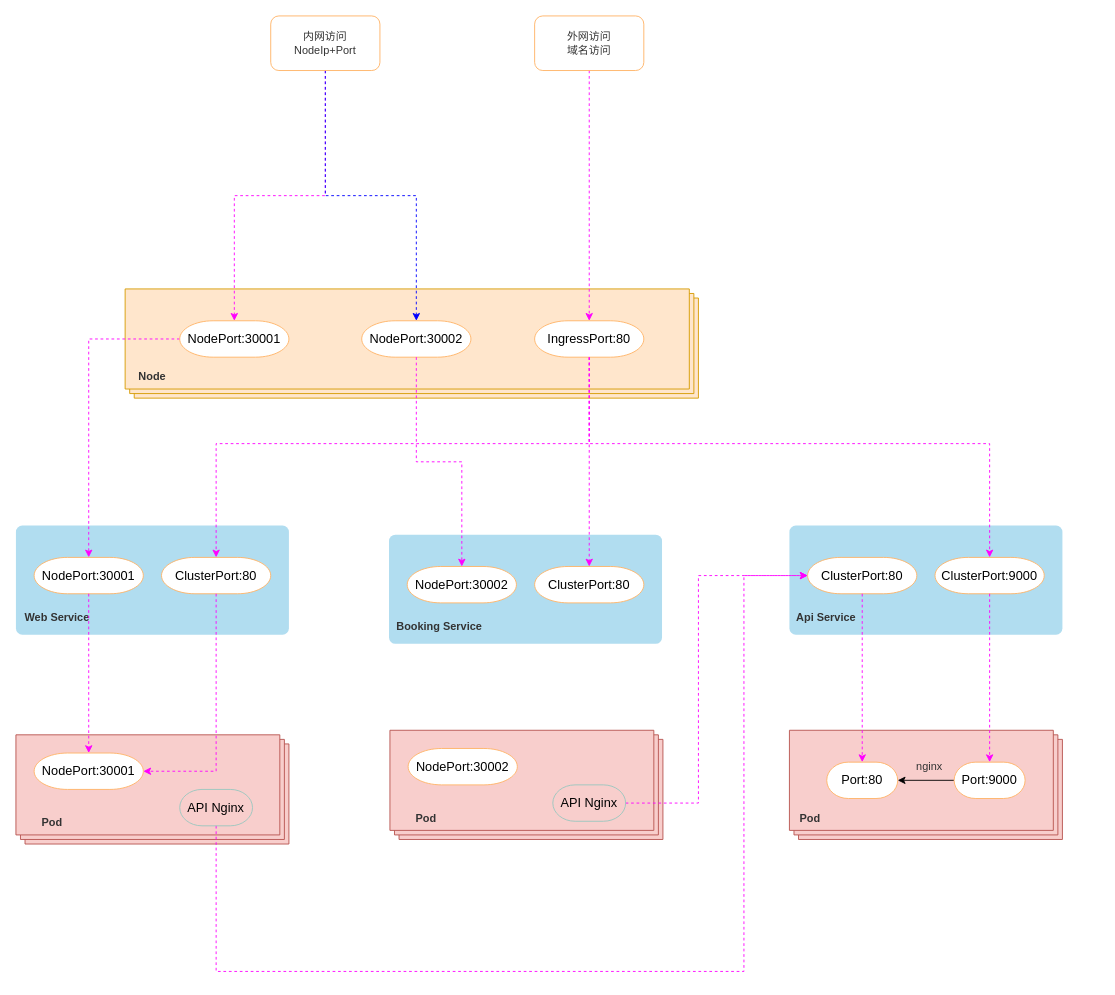
Before: local-screening.drawio in 1226151667/draw, a draw.io diagram. Source tidied: cells renumbered, new cells numbered last; positions are measured from the earlier drawing's top-left corner, leaving out a move shared by most shapes. Both pictures are drawn from the tidied source at 91%, with x=0, y=0 at pixel (15, 15).
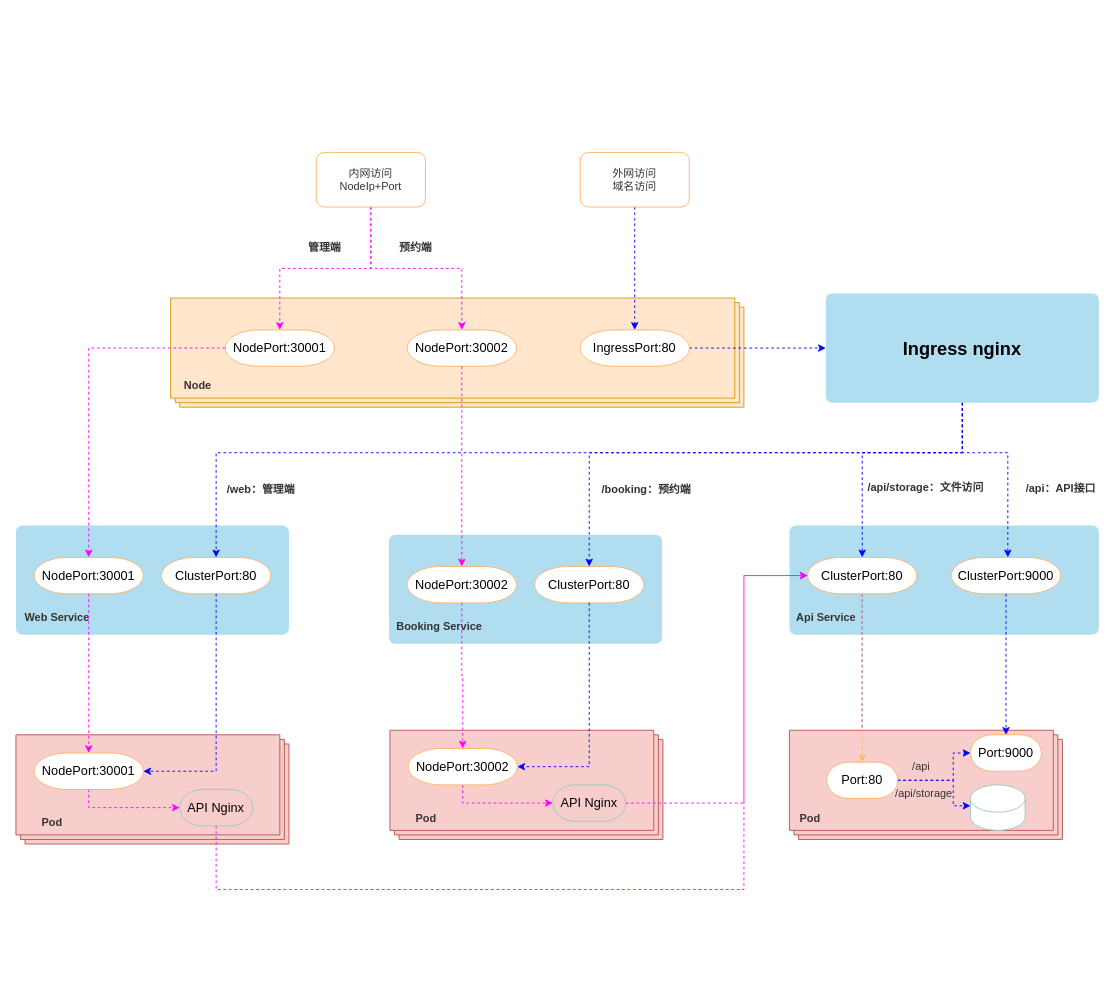
After the change.

Unchanged cells that the change refers to:
```xml
<mxCell id="12" value="ClusterPort:80" style="strokeWidth=1;html=1;shape=mxgraph.flowchart.terminator;whiteSpace=wrap;fontSize=14;strokeColor=#FFB366;" parent="1" vertex="1">
  <mxGeometry x="160" y="595" width="120" height="40" as="geometry" />
</mxCell>
<mxCell id="15" value="NodePort:30002" style="strokeWidth=1;html=1;shape=mxgraph.flowchart.terminator;whiteSpace=wrap;fontSize=14;strokeColor=#FFB366;" parent="1" vertex="1">
  <mxGeometry x="430" y="605" width="120" height="40" as="geometry" />
</mxCell>
<mxCell id="16" value="ClusterPort:80" style="strokeWidth=1;html=1;shape=mxgraph.flowchart.terminator;whiteSpace=wrap;fontSize=14;strokeColor=#FFB366;" parent="1" vertex="1">
  <mxGeometry x="570" y="605" width="120" height="40" as="geometry" />
</mxCell>
<mxCell id="19" value="ClusterPort:80" style="strokeWidth=1;html=1;shape=mxgraph.flowchart.terminator;whiteSpace=wrap;fontSize=14;strokeColor=#FFB366;" parent="1" vertex="1">
  <mxGeometry x="870" y="595" width="120" height="40" as="geometry" />
</mxCell>
<mxCell id="23" value="NodePort:30001" style="strokeWidth=1;html=1;shape=mxgraph.flowchart.terminator;whiteSpace=wrap;fontSize=14;strokeColor=#FFB366;" parent="1" vertex="1">
  <mxGeometry x="20" y="810" width="120" height="40" as="geometry" />
</mxCell>
<mxCell id="26" value="Port:80" style="strokeWidth=1;html=1;shape=mxgraph.flowchart.terminator;whiteSpace=wrap;fontSize=14;strokeColor=#FFB366;" parent="1" vertex="1">
  <mxGeometry x="891" y="820" width="78" height="40" as="geometry" />
</mxCell>
<mxCell id="41" value="API Nginx" style="strokeWidth=1;html=1;shape=mxgraph.flowchart.terminator;whiteSpace=wrap;fontSize=14;fillColor=none;strokeColor=#9AC7BF;" parent="1" vertex="1">
  <mxGeometry x="180" y="850" width="80" height="40" as="geometry" />
</mxCell>
<mxCell id="46" value="NodePort:30002" style="strokeWidth=1;html=1;shape=mxgraph.flowchart.terminator;whiteSpace=wrap;fontSize=14;strokeColor=#FFB366;" parent="1" vertex="1">
  <mxGeometry x="431" y="805" width="120" height="40" as="geometry" />
</mxCell>
<mxCell id="48" value="API Nginx" style="strokeWidth=1;html=1;shape=mxgraph.flowchart.terminator;whiteSpace=wrap;fontSize=14;fillColor=none;strokeColor=#9AC7BF;" parent="1" vertex="1">
  <mxGeometry x="590" y="845" width="80" height="40" as="geometry" />
</mxCell>
```

Change to the diagram source:
```diff
@@
     <mxCell id="3" style="verticalLabelPosition=bottom;verticalAlign=top;html=1;shape=mxgraph.basic.layered_rect;dx=10;fontSize=14;strokeColor=#d79b00;strokeWidth=1;fillColor=#ffe6cc;" parent="1" vertex="1">
-      <mxGeometry x="120" y="300" width="630" height="120" as="geometry" />
+      <mxGeometry x="170" y="310" width="630" height="120" as="geometry" />
     </mxCell>
-    <mxCell id="4" style="edgeStyle=orthogonalEdgeStyle;rounded=0;jettySize=auto;html=1;dashed=1;fontSize=12;fontColor=#333333;strokeColor=#FF00FF;" parent="1" edge="1" source="5" target="12">
-      <mxGeometry relative="1" as="geometry">
-        <Array as="points">
-          <mxPoint x="630" y="470" />
-          <mxPoint x="220" y="470" />
-        </Array>
-      </mxGeometry>
-    </mxCell>
+    <mxCell id="49" style="edgeStyle=orthogonalEdgeStyle;rounded=0;jettySize=auto;html=1;dashed=1;fontSize=20;fontColor=#333333;strokeColor=#0000FF;" parent="1" edge="1" source="5" target="61">
+      <mxGeometry relative="1" as="geometry" />
+    </mxCell>
     <mxCell id="5" value="IngressPort:80" style="strokeWidth=1;html=1;shape=mxgraph.flowchart.terminator;whiteSpace=wrap;fontSize=14;strokeColor=#FFB366;" parent="1" vertex="1">
-      <mxGeometry x="570" y="335" width="120" height="40" as="geometry" />
+      <mxGeometry x="620" y="345" width="120" height="40" as="geometry" />
     </mxCell>
     <mxCell id="6" value="&lt;font style=&quot;font-size: 12px;&quot; color=&quot;#333333&quot;&gt;Node&lt;/font&gt;" style="text;html=1;strokeColor=none;fillColor=none;align=center;verticalAlign=middle;whiteSpace=wrap;rounded=0;fontSize=16;fontStyle=1;fontColor=#FFB570;" parent="1" vertex="1">
-      <mxGeometry x="120" y="380" width="60" height="30" as="geometry" />
+      <mxGeometry x="170" y="390" width="60" height="30" as="geometry" />
     </mxCell>
@@
     <mxCell id="8" value="NodePort:30001" style="strokeWidth=1;html=1;shape=mxgraph.flowchart.terminator;whiteSpace=wrap;fontSize=14;strokeColor=#FFB366;" parent="1" vertex="1">
-      <mxGeometry x="180" y="335" width="120" height="40" as="geometry" />
+      <mxGeometry x="230" y="345" width="120" height="40" as="geometry" />
     </mxCell>
     <mxCell id="9" value="NodePort:30002" style="strokeWidth=1;html=1;shape=mxgraph.flowchart.terminator;whiteSpace=wrap;fontSize=14;strokeColor=#FFB366;" parent="1" vertex="1">
-      <mxGeometry x="380" y="335" width="120" height="40" as="geometry" />
+      <mxGeometry x="430" y="345" width="120" height="40" as="geometry" />
     </mxCell>
@@
     <mxCell id="17" style="rounded=1;whiteSpace=wrap;html=1;absoluteArcSize=1;arcSize=14;strokeWidth=2;dashed=1;dashPattern=1 2;fillColor=#b1ddf0;strokeColor=none;fontSize=14;fontStyle=1;" parent="1" vertex="1">
-      <mxGeometry x="850" y="560" width="300" height="120" as="geometry" />
+      <mxGeometry x="850" y="560" width="340" height="120" as="geometry" />
     </mxCell>
@@
+    <mxCell id="50" style="edgeStyle=orthogonalEdgeStyle;rounded=0;jettySize=auto;html=1;dashed=1;fontSize=12;fontColor=#333333;strokeColor=#0000FF;" parent="1" edge="1" source="19" target="26">
+      <mxGeometry relative="1" as="geometry" />
+    </mxCell>
@@
     <mxCell id="20" value="ClusterPort:9000" style="strokeWidth=1;html=1;shape=mxgraph.flowchart.terminator;whiteSpace=wrap;fontSize=14;strokeColor=#FFB366;" parent="1" vertex="1">
-      <mxGeometry x="1010" y="595" width="120" height="40" as="geometry" />
+      <mxGeometry x="1028" y="595" width="120" height="40" as="geometry" />
     </mxCell>
@@
+    <mxCell id="51" style="edgeStyle=orthogonalEdgeStyle;rounded=0;jettySize=auto;html=1;entryX=0;entryY=0.5;entryDx=0;entryDy=0;entryPerimeter=0;dashed=1;fontSize=12;fontColor=#333333;strokeColor=#FF00FF;exitX=0.5;exitY=1;exitDx=0;exitDy=0;exitPerimeter=0;" parent="1" edge="1" source="23" target="41">
+      <mxGeometry relative="1" as="geometry" />
+    </mxCell>
@@
+    <mxCell id="52" style="edgeStyle=orthogonalEdgeStyle;rounded=0;jettySize=auto;html=1;dashed=1;fontSize=20;fontColor=#333333;strokeColor=#0000FF;" parent="1" edge="1" source="26" target="28">
+      <mxGeometry relative="1" as="geometry">
+        <Array as="points">
+          <mxPoint x="1030" y="840" />
+          <mxPoint x="1030" y="810" />
+        </Array>
+      </mxGeometry>
+    </mxCell>
+    <mxCell id="53" style="edgeStyle=orthogonalEdgeStyle;rounded=0;jettySize=auto;html=1;dashed=1;fontSize=20;fontColor=#333333;strokeColor=#0000FF;" parent="1" edge="1" source="26" target="67">
+      <mxGeometry relative="1" as="geometry">
+        <Array as="points">
+          <mxPoint x="1030" y="840" />
+          <mxPoint x="1030" y="868" />
+        </Array>
+      </mxGeometry>
+    </mxCell>
@@
-    <mxCell id="27" style="edgeStyle=orthogonalEdgeStyle;rounded=0;jettySize=auto;html=1;fontSize=12;fontColor=#333333;" parent="1" edge="1" source="28" target="26">
-      <mxGeometry relative="1" as="geometry" />
-    </mxCell>
     <mxCell id="28" value="Port:9000" style="strokeWidth=1;html=1;shape=mxgraph.flowchart.terminator;whiteSpace=wrap;fontSize=14;strokeColor=#FFB366;" parent="1" vertex="1">
-      <mxGeometry x="1031" y="820" width="78" height="40" as="geometry" />
+      <mxGeometry x="1049" y="790" width="78" height="40" as="geometry" />
     </mxCell>
-    <mxCell id="29" value="nginx" style="text;html=1;strokeColor=none;fillColor=none;align=center;verticalAlign=middle;whiteSpace=wrap;rounded=0;fontSize=12;fontColor=#333333;" parent="1" vertex="1">
-      <mxGeometry x="974" y="810" width="60" height="30" as="geometry" />
-    </mxCell>
@@
-    <mxCell id="31" style="edgeStyle=orthogonalEdgeStyle;rounded=0;jettySize=auto;html=1;entryX=0.5;entryY=0;entryDx=0;entryDy=0;entryPerimeter=0;fontSize=12;fontColor=#333333;strokeColor=#0000FF;dashed=1;" parent="1" edge="1" source="32" target="9">
+    <mxCell id="31" style="edgeStyle=orthogonalEdgeStyle;rounded=0;jettySize=auto;html=1;entryX=0.5;entryY=0;entryDx=0;entryDy=0;entryPerimeter=0;fontSize=12;fontColor=#333333;strokeColor=#FF00FF;dashed=1;" parent="1" edge="1" source="32" target="9">
       <mxGeometry relative="1" as="geometry" />
     </mxCell>
     <mxCell id="32" value="内网访问&lt;br&gt;NodeIp+Port" style="rounded=1;whiteSpace=wrap;html=1;fontSize=12;fontColor=#333333;strokeColor=#FFB366;strokeWidth=1;" parent="1" vertex="1">
-      <mxGeometry x="280" width="120" height="60" as="geometry" />
+      <mxGeometry x="330" y="150" width="120" height="60" as="geometry" />
     </mxCell>
-    <mxCell id="33" style="edgeStyle=orthogonalEdgeStyle;rounded=0;jettySize=auto;html=1;dashed=1;fontSize=12;fontColor=#333333;strokeColor=#FF00FF;" parent="1" edge="1" source="34" target="5">
+    <mxCell id="33" style="edgeStyle=orthogonalEdgeStyle;rounded=0;jettySize=auto;html=1;dashed=1;fontSize=12;fontColor=#333333;strokeColor=#0000FF;" parent="1" edge="1" source="34" target="5">
       <mxGeometry relative="1" as="geometry" />
     </mxCell>
     <mxCell id="34" value="外网访问&lt;br&gt;域名访问" style="rounded=1;whiteSpace=wrap;html=1;fontSize=12;fontColor=#333333;strokeColor=#FFB366;strokeWidth=1;" parent="1" vertex="1">
-      <mxGeometry x="570" width="120" height="60" as="geometry" />
+      <mxGeometry x="620" y="150" width="120" height="60" as="geometry" />
     </mxCell>
-    <mxCell id="35" style="edgeStyle=orthogonalEdgeStyle;rounded=0;jettySize=auto;html=1;dashed=1;fontSize=12;fontColor=#333333;strokeColor=#FF00FF;" parent="1" edge="1" source="5" target="16">
-      <mxGeometry relative="1" as="geometry" />
-    </mxCell>
@@
-    <mxCell id="37" style="edgeStyle=orthogonalEdgeStyle;rounded=0;jettySize=auto;html=1;exitX=0.5;exitY=1;exitDx=0;exitDy=0;dashed=1;fontSize=12;fontColor=#333333;strokeColor=#FF00FF;exitPerimeter=0;" parent="1" edge="1" source="19" target="26">
-      <mxGeometry relative="1" as="geometry" />
+    <mxCell id="37" style="edgeStyle=orthogonalEdgeStyle;rounded=0;jettySize=auto;html=1;exitX=0.5;exitY=1;exitDx=0;exitDy=0;dashed=1;fontSize=12;fontColor=#333333;strokeColor=#FFB570;exitPerimeter=0;" parent="1" edge="1" source="19" target="26">
+      <mxGeometry relative="1" as="geometry">
+        <Array as="points">
+          <mxPoint x="930" y="690" />
+          <mxPoint x="930" y="690" />
+        </Array>
+      </mxGeometry>
     </mxCell>
-    <mxCell id="38" style="edgeStyle=orthogonalEdgeStyle;rounded=0;jettySize=auto;html=1;entryX=0.5;entryY=0;entryDx=0;entryDy=0;entryPerimeter=0;dashed=1;fontSize=12;fontColor=#333333;strokeColor=#FF00FF;" parent="1" edge="1" source="20" target="28">
+    <mxCell id="38" style="edgeStyle=orthogonalEdgeStyle;rounded=0;jettySize=auto;html=1;entryX=0.5;entryY=0;entryDx=0;entryDy=0;entryPerimeter=0;dashed=1;fontSize=12;fontColor=#333333;strokeColor=#0000FF;" parent="1" edge="1" source="20" target="28">
       <mxGeometry relative="1" as="geometry" />
     </mxCell>
-    <mxCell id="39" style="edgeStyle=orthogonalEdgeStyle;rounded=0;jettySize=auto;html=1;dashed=1;fontSize=12;fontColor=#333333;strokeColor=#FF00FF;" parent="1" edge="1" source="5" target="20">
-      <mxGeometry relative="1" as="geometry">
-        <Array as="points">
-          <mxPoint x="630" y="470" />
-          <mxPoint x="1070" y="470" />
-        </Array>
-      </mxGeometry>
-    </mxCell>
     <mxCell id="40" style="edgeStyle=orthogonalEdgeStyle;rounded=0;jettySize=auto;html=1;entryX=0;entryY=0.5;entryDx=0;entryDy=0;entryPerimeter=0;dashed=1;fontSize=12;fontColor=#333333;strokeColor=#FF00FF;" parent="1" edge="1" source="41" target="19">
       <mxGeometry relative="1" as="geometry">
         <Array as="points">
-          <mxPoint x="220" y="1050" />
-          <mxPoint x="800" y="1050" />
+          <mxPoint x="220" y="960" />
+          <mxPoint x="800" y="960" />
           <mxPoint x="800" y="615" />
         </Array>
       </mxGeometry>
     </mxCell>
@@
-    <mxCell id="43" style="edgeStyle=orthogonalEdgeStyle;rounded=0;jettySize=auto;html=1;dashed=1;fontSize=12;fontColor=#333333;strokeColor=#FF00FF;" parent="1" edge="1" source="12" target="23">
+    <mxCell id="43" style="edgeStyle=orthogonalEdgeStyle;rounded=0;jettySize=auto;html=1;dashed=1;fontSize=12;fontColor=#333333;strokeColor=#0000FF;" parent="1" edge="1" source="12" target="23">
       <mxGeometry relative="1" as="geometry">
         <Array as="points">
           <mxPoint x="220" y="830" />
         </Array>
       </mxGeometry>
     </mxCell>
@@
+    <mxCell id="54" style="edgeStyle=orthogonalEdgeStyle;rounded=0;jettySize=auto;html=1;dashed=1;fontSize=12;fontColor=#333333;strokeColor=#FF00FF;exitX=0.5;exitY=1;exitDx=0;exitDy=0;exitPerimeter=0;" parent="1" edge="1" source="46" target="48">
+      <mxGeometry relative="1" as="geometry" />
+    </mxCell>
@@
     <mxCell id="47" style="edgeStyle=orthogonalEdgeStyle;rounded=0;jettySize=auto;html=1;entryX=0;entryY=0.5;entryDx=0;entryDy=0;entryPerimeter=0;dashed=1;fontSize=12;fontColor=#333333;strokeColor=#FF00FF;" parent="1" edge="1" source="48" target="19">
       <mxGeometry relative="1" as="geometry">
         <Array as="points">
-          <mxPoint x="750" y="865" />
-          <mxPoint x="750" y="615" />
+          <mxPoint x="800" y="865" />
+          <mxPoint x="800" y="615" />
         </Array>
       </mxGeometry>
     </mxCell>
@@
+    <mxCell id="55" style="edgeStyle=orthogonalEdgeStyle;rounded=0;jettySize=auto;html=1;entryX=1;entryY=0.5;entryDx=0;entryDy=0;entryPerimeter=0;dashed=1;fontSize=12;fontColor=#333333;strokeColor=#0000FF;" parent="1" edge="1" source="16" target="46">
+      <mxGeometry relative="1" as="geometry">
+        <Array as="points">
+          <mxPoint x="630" y="825" />
+        </Array>
+      </mxGeometry>
+    </mxCell>
+    <mxCell id="56" style="edgeStyle=orthogonalEdgeStyle;rounded=0;jettySize=auto;html=1;entryX=0.5;entryY=0;entryDx=0;entryDy=0;entryPerimeter=0;dashed=1;fontSize=12;fontColor=#333333;strokeColor=#FF00FF;" parent="1" edge="1" source="15" target="46">
+      <mxGeometry relative="1" as="geometry" />
+    </mxCell>
+    <mxCell id="57" style="edgeStyle=orthogonalEdgeStyle;rounded=0;jettySize=auto;html=1;dashed=1;fontSize=20;fontColor=#333333;strokeColor=#0000FF;" parent="1" edge="1" source="61" target="20">
+      <mxGeometry relative="1" as="geometry">
+        <Array as="points">
+          <mxPoint x="1040" y="480" />
+          <mxPoint x="1090" y="480" />
+        </Array>
+      </mxGeometry>
+    </mxCell>
+    <mxCell id="58" style="edgeStyle=orthogonalEdgeStyle;rounded=0;jettySize=auto;html=1;dashed=1;fontSize=20;fontColor=#333333;strokeColor=#0000FF;" parent="1" edge="1" source="61" target="16">
+      <mxGeometry relative="1" as="geometry">
+        <Array as="points">
+          <mxPoint x="1040" y="480" />
+          <mxPoint x="630" y="480" />
+        </Array>
+      </mxGeometry>
+    </mxCell>
+    <mxCell id="59" style="edgeStyle=orthogonalEdgeStyle;rounded=0;jettySize=auto;html=1;dashed=1;fontSize=20;fontColor=#333333;strokeColor=#0000FF;" parent="1" edge="1" source="61" target="12">
+      <mxGeometry relative="1" as="geometry">
+        <Array as="points">
+          <mxPoint x="1040" y="480" />
+          <mxPoint x="220" y="480" />
+        </Array>
+      </mxGeometry>
+    </mxCell>
+    <mxCell id="60" style="edgeStyle=orthogonalEdgeStyle;rounded=0;jettySize=auto;html=1;dashed=1;fontSize=12;fontColor=#333333;strokeColor=#0000FF;" parent="1" edge="1" source="61" target="19">
+      <mxGeometry relative="1" as="geometry">
+        <Array as="points">
+          <mxPoint x="1040" y="480" />
+          <mxPoint x="930" y="480" />
+        </Array>
+      </mxGeometry>
+    </mxCell>
+    <mxCell id="61" value="Ingress nginx" style="rounded=1;whiteSpace=wrap;html=1;absoluteArcSize=1;arcSize=14;strokeWidth=2;dashed=1;dashPattern=1 2;fillColor=#b1ddf0;strokeColor=none;fontSize=20;fontStyle=1;" parent="1" vertex="1">
+      <mxGeometry x="890" y="305" width="300" height="120" as="geometry" />
+    </mxCell>
+    <mxCell id="62" value="&lt;font color=&quot;#333333&quot;&gt;管理端&lt;/font&gt;" style="text;html=1;strokeColor=none;fillColor=none;align=center;verticalAlign=middle;whiteSpace=wrap;rounded=0;fontSize=12;fontStyle=1;fontColor=#FFB570;" parent="1" vertex="1">
+      <mxGeometry x="300" y="240" width="79" height="30" as="geometry" />
+    </mxCell>
+    <mxCell id="63" value="&lt;font color=&quot;#333333&quot;&gt;预约端&lt;/font&gt;" style="text;html=1;strokeColor=none;fillColor=none;align=center;verticalAlign=middle;whiteSpace=wrap;rounded=0;fontSize=12;fontStyle=1;fontColor=#FFB570;" parent="1" vertex="1">
+      <mxGeometry x="400" y="240" width="79" height="30" as="geometry" />
+    </mxCell>
+    <mxCell id="64" value="&lt;font color=&quot;#333333&quot;&gt;/booking：预约端&lt;/font&gt;" style="text;html=1;strokeColor=none;fillColor=none;align=center;verticalAlign=middle;whiteSpace=wrap;rounded=0;fontSize=12;fontStyle=1;fontColor=#FFB570;" parent="1" vertex="1">
+      <mxGeometry x="637.5" y="506" width="109.5" height="30" as="geometry" />
+    </mxCell>
+    <mxCell id="65" value="&lt;font color=&quot;#333333&quot;&gt;/web：管理端&lt;/font&gt;" style="text;html=1;strokeColor=none;fillColor=none;align=center;verticalAlign=middle;whiteSpace=wrap;rounded=0;fontSize=12;fontStyle=1;fontColor=#FFB570;" parent="1" vertex="1">
+      <mxGeometry x="230" y="506" width="79" height="30" as="geometry" />
+    </mxCell>
+    <mxCell id="66" value="&lt;font style=&quot;font-size: 12px;&quot; color=&quot;#333333&quot;&gt;/api：API接口&lt;/font&gt;" style="text;html=1;strokeColor=none;fillColor=none;align=center;verticalAlign=middle;whiteSpace=wrap;rounded=0;fontSize=12;fontStyle=1;fontColor=#FFB570;" parent="1" vertex="1">
+      <mxGeometry x="1109" y="505" width="79" height="30" as="geometry" />
+    </mxCell>
+    <mxCell id="67" style="shape=cylinder3;whiteSpace=wrap;html=1;boundedLbl=1;backgroundOutline=1;size=15;fontSize=20;fontColor=#333333;strokeColor=#9AC7BF;strokeWidth=1;" parent="1" vertex="1">
+      <mxGeometry x="1049" y="845" width="60" height="50" as="geometry" />
+    </mxCell>
+    <mxCell id="68" value="/api/storage" style="text;html=1;strokeColor=none;fillColor=none;align=center;verticalAlign=middle;whiteSpace=wrap;rounded=0;fontSize=12;fontColor=#333333;" parent="1" vertex="1">
+      <mxGeometry x="968" y="840" width="60" height="30" as="geometry" />
+    </mxCell>
+    <mxCell id="69" value="/api" style="text;html=1;strokeColor=none;fillColor=none;align=center;verticalAlign=middle;whiteSpace=wrap;rounded=0;fontSize=12;fontColor=#333333;" parent="1" vertex="1">
+      <mxGeometry x="965" y="810" width="60" height="30" as="geometry" />
+    </mxCell>
+    <mxCell id="70" value="&lt;font color=&quot;#333333&quot;&gt;/api/storage：文件访问&lt;/font&gt;" style="text;html=1;strokeColor=none;fillColor=none;align=center;verticalAlign=middle;whiteSpace=wrap;rounded=0;fontSize=12;fontStyle=1;fontColor=#FFB570;" parent="1" vertex="1">
+      <mxGeometry x="930" y="504" width="140" height="30" as="geometry" />
+    </mxCell>
```
